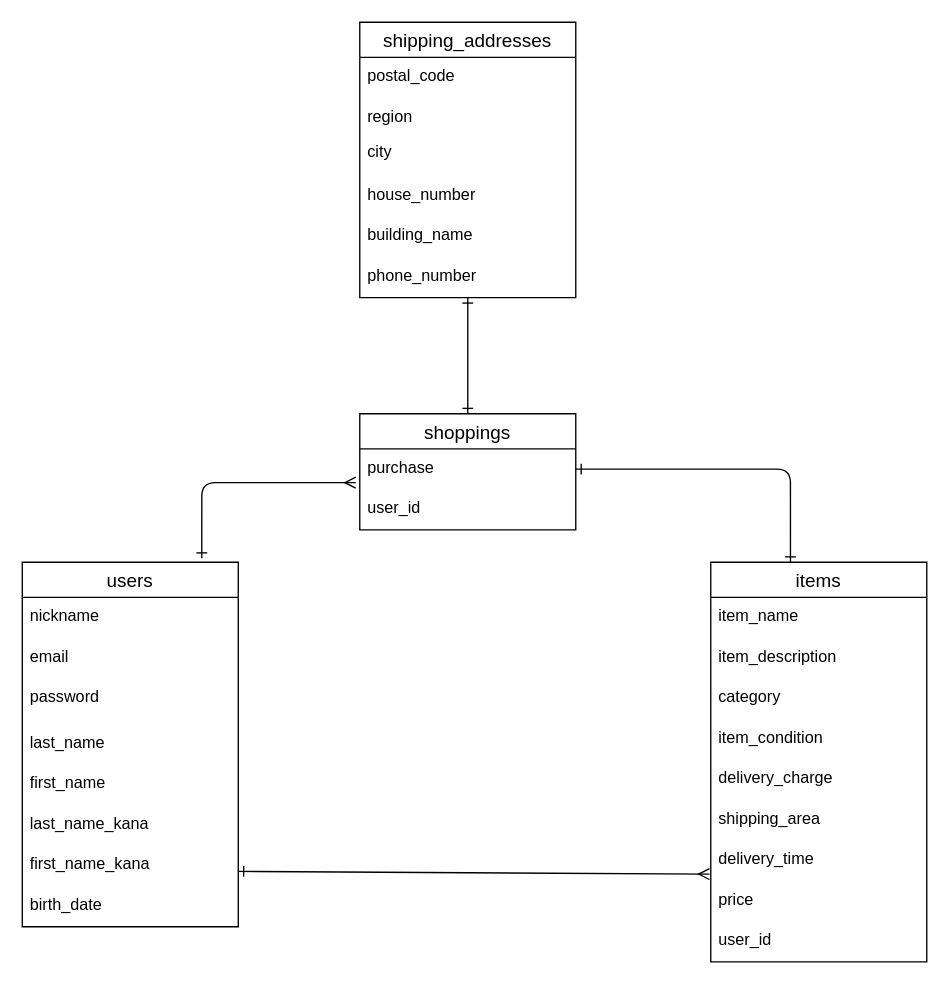
Earlier version of the draw.io diagram er.dio (hanother3/furima-38793). Source tidied: cells renumbered, new cells numbered last; positions are measured from the earlier drawing's top-left corner, leaving out a move shared by most shapes. Both pictures are drawn from the tidied source at 135%, with x=0, y=0 at pixel (22, 22).
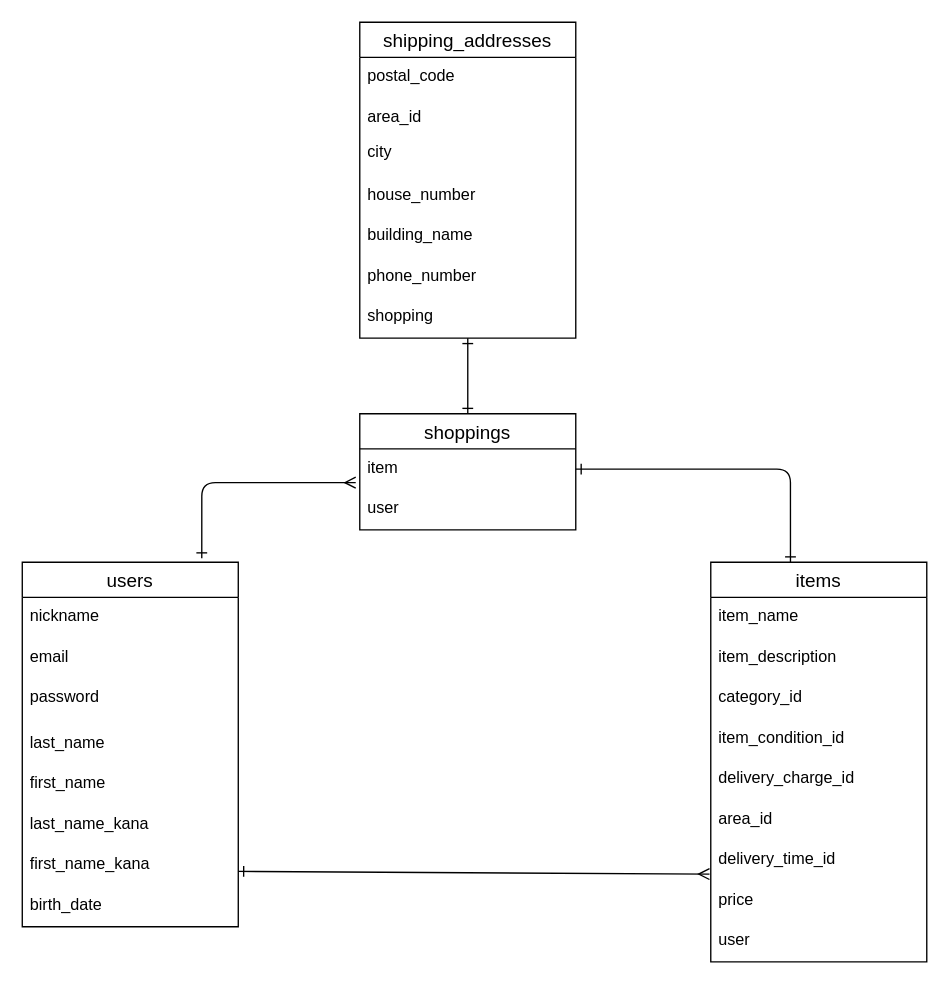
The same page after the edit.

Commit message (it also covers changes not shown here):
データベースの修正

The change refers to these unchanged cells:
```xml
<mxCell id="13" value="items" style="swimlane;fontStyle=0;horizontal=1;startSize=26;align=center;fontSize=14;" parent="1" vertex="1">
  <mxGeometry x="510" y="400" width="160" height="296" as="geometry" />
</mxCell>
<mxCell id="24" value="shoppings" style="swimlane;fontStyle=0;horizontal=1;startSize=26;align=center;fontSize=14;" parent="1" vertex="1">
  <mxGeometry x="250" y="290" width="160" height="86" as="geometry" />
</mxCell>
<mxCell id="33" value="phone_number" style="text;strokeColor=none;fillColor=none;spacingLeft=4;spacingRight=4;overflow=hidden;points=[[0,0.5],[1,0.5]];portConstraint=eastwest;fontSize=12;" parent="27" vertex="1">
  <mxGeometry y="174" width="160" height="30" as="geometry" />
</mxCell>
```

Diff of the diagram source:
```diff
@@
-    <mxCell id="16" value="category" style="text;strokeColor=none;fillColor=none;spacingLeft=4;spacingRight=4;overflow=hidden;fontSize=12;" parent="13" vertex="1">
+    <mxCell id="16" value="category_id" style="text;strokeColor=none;fillColor=none;spacingLeft=4;spacingRight=4;overflow=hidden;fontSize=12;" parent="13" vertex="1">
       <mxGeometry y="86" width="160" height="30" as="geometry" />
     </mxCell>
-    <mxCell id="17" value="item_condition" style="text;strokeColor=none;fillColor=none;spacingLeft=4;spacingRight=4;overflow=hidden;fontSize=12;" parent="13" vertex="1">
+    <mxCell id="17" value="item_condition_id" style="text;strokeColor=none;fillColor=none;spacingLeft=4;spacingRight=4;overflow=hidden;fontSize=12;" parent="13" vertex="1">
       <mxGeometry y="116" width="160" height="30" as="geometry" />
     </mxCell>
-    <mxCell id="18" value="delivery_charge" style="text;strokeColor=none;fillColor=none;spacingLeft=4;spacingRight=4;overflow=hidden;fontSize=12;" parent="13" vertex="1">
+    <mxCell id="18" value="delivery_charge_id" style="text;strokeColor=none;fillColor=none;spacingLeft=4;spacingRight=4;overflow=hidden;fontSize=12;" parent="13" vertex="1">
       <mxGeometry y="146" width="160" height="30" as="geometry" />
     </mxCell>
-    <mxCell id="19" value="shipping_area" style="text;strokeColor=none;fillColor=none;spacingLeft=4;spacingRight=4;overflow=hidden;fontSize=12;" parent="13" vertex="1">
+    <mxCell id="19" value="area_id" style="text;strokeColor=none;fillColor=none;spacingLeft=4;spacingRight=4;overflow=hidden;fontSize=12;" parent="13" vertex="1">
       <mxGeometry y="176" width="160" height="30" as="geometry" />
     </mxCell>
-    <mxCell id="20" value="delivery_time" style="text;strokeColor=none;fillColor=none;spacingLeft=4;spacingRight=4;overflow=hidden;points=[[0,0.5],[1,0.5]];portConstraint=eastwest;fontSize=12;" parent="13" vertex="1">
+    <mxCell id="20" value="delivery_time_id" style="text;strokeColor=none;fillColor=none;spacingLeft=4;spacingRight=4;overflow=hidden;points=[[0,0.5],[1,0.5]];portConstraint=eastwest;fontSize=12;" parent="13" vertex="1">
       <mxGeometry y="206" width="160" height="30" as="geometry" />
     </mxCell>
@@
-    <mxCell id="22" value="user_id" style="text;strokeColor=none;fillColor=none;spacingLeft=4;spacingRight=4;overflow=hidden;fontSize=12;" parent="13" vertex="1">
+    <mxCell id="22" value="user" style="text;strokeColor=none;fillColor=none;spacingLeft=4;spacingRight=4;overflow=hidden;fontSize=12;" parent="13" vertex="1">
       <mxGeometry y="266" width="160" height="30" as="geometry" />
     </mxCell>
-    <mxCell id="23" style="edgeStyle=none;html=1;endArrow=ERone;endFill=0;startArrow=ERone;startFill=0;" parent="1" edge="1" source="24" target="33">
+    <mxCell id="23" style="edgeStyle=none;html=1;endArrow=ERone;endFill=0;startArrow=ERone;startFill=0;entryX=0.5;entryY=1;entryDx=0;entryDy=0;entryPerimeter=0;" parent="1" edge="1" source="24" target="35">
       <mxGeometry relative="1" as="geometry" />
     </mxCell>
@@
-    <mxCell id="25" value="purchase&#10;&#10;&#10;&#10;" style="text;strokeColor=none;fillColor=none;spacingLeft=4;spacingRight=4;overflow=hidden;points=[[0,0.5],[1,0.5]];portConstraint=eastwest;fontSize=12;" parent="24" vertex="1">
+    <mxCell id="25" value="item" style="text;strokeColor=none;fillColor=none;spacingLeft=4;spacingRight=4;overflow=hidden;points=[[0,0.5],[1,0.5]];portConstraint=eastwest;fontSize=12;" parent="24" vertex="1">
       <mxGeometry y="26" width="160" height="30" as="geometry" />
     </mxCell>
-    <mxCell id="26" value="user_id" style="text;strokeColor=none;fillColor=none;spacingLeft=4;spacingRight=4;overflow=hidden;fontSize=12;" parent="24" vertex="1">
+    <mxCell id="26" value="user" style="text;strokeColor=none;fillColor=none;spacingLeft=4;spacingRight=4;overflow=hidden;fontSize=12;" parent="24" vertex="1">
       <mxGeometry y="56" width="160" height="30" as="geometry" />
     </mxCell>
     <mxCell id="27" value="shipping_addresses" style="swimlane;fontStyle=0;horizontal=1;startSize=26;align=center;fontSize=14;" parent="1" vertex="1">
-      <mxGeometry x="250" width="160" height="204" as="geometry" />
+      <mxGeometry x="250" width="160" height="234" as="geometry" />
     </mxCell>
@@
-    <mxCell id="29" value="region" style="text;strokeColor=none;fillColor=none;spacingLeft=4;spacingRight=4;overflow=hidden;fontSize=12;" parent="27" vertex="1">
+    <mxCell id="29" value="area_id" style="text;strokeColor=none;fillColor=none;spacingLeft=4;spacingRight=4;overflow=hidden;fontSize=12;" parent="27" vertex="1">
       <mxGeometry y="56" width="160" height="26" as="geometry" />
     </mxCell>
@@
+    <mxCell id="35" value="shopping  " style="text;strokeColor=none;fillColor=none;spacingLeft=4;spacingRight=4;overflow=hidden;points=[[0,0.5],[1,0.5]];portConstraint=eastwest;fontSize=12;" parent="27" vertex="1">
+      <mxGeometry y="204" width="160" height="30" as="geometry" />
+    </mxCell>
```
